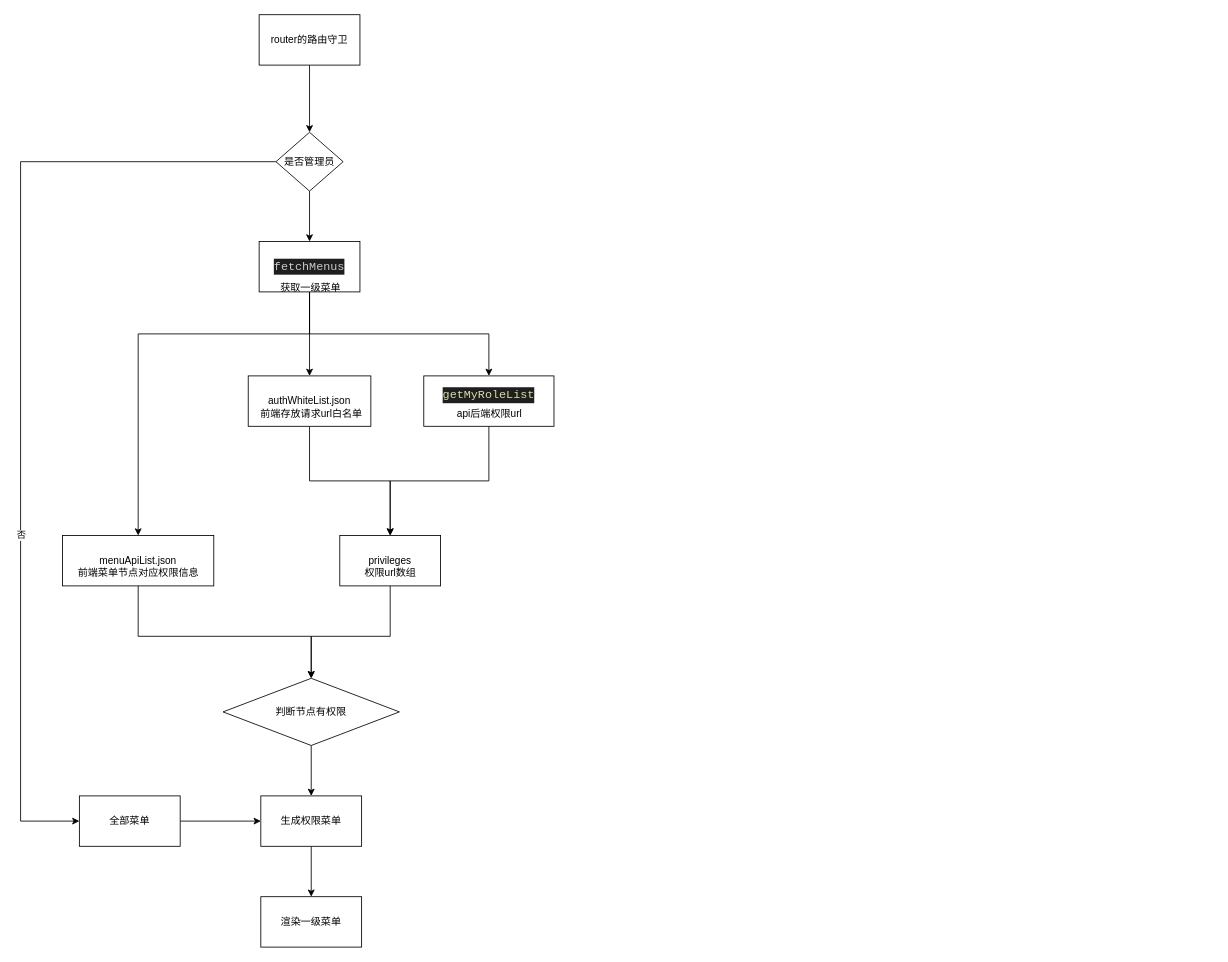
Above: Untitled Diagram.drawio in 438115215/testgit2 (draw.io), before the change. Source tidied: cells renumbered, new cells numbered last; positions are measured from the earlier drawing's top-left corner, leaving out a move shared by most shapes. Both pictures are drawn from the tidied source at 84%, with x=0, y=0 at pixel (20, 14).
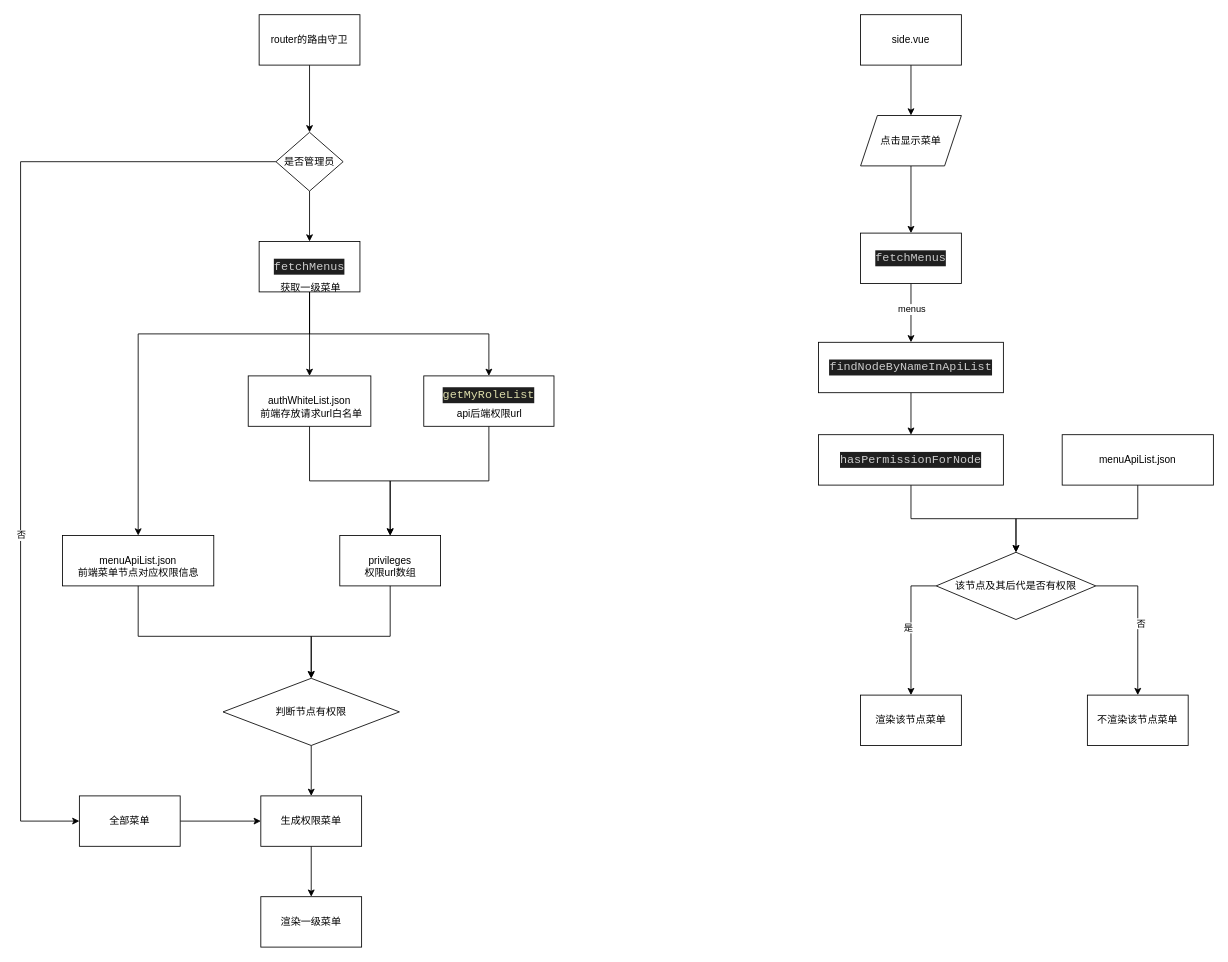
Above is the later version.

Commit message:
子节点菜单

Change to the diagram source:
```diff
@@
+    <mxCell id="32" style="edgeStyle=orthogonalEdgeStyle;rounded=0;jettySize=auto;html=1;" parent="1" edge="1" source="33" target="38">
+      <mxGeometry relative="1" as="geometry" />
+    </mxCell>
+    <mxCell id="33" value="side.vue" style="whiteSpace=wrap;html=1;" parent="1" vertex="1">
+      <mxGeometry x="1000" width="120" height="60" as="geometry" />
+    </mxCell>
+    <mxCell id="34" value="渲染该节点菜单" style="whiteSpace=wrap;html=1;" parent="1" vertex="1">
+      <mxGeometry x="1000" y="810" width="120" height="60" as="geometry" />
+    </mxCell>
+    <mxCell id="35" style="edgeStyle=orthogonalEdgeStyle;rounded=0;jettySize=auto;html=1;" parent="1" edge="1" source="36" target="50">
+      <mxGeometry relative="1" as="geometry" />
+    </mxCell>
+    <mxCell id="36" value="&lt;div style=&quot;color: rgb(204, 204, 204); background-color: rgb(31, 31, 31); font-family: Consolas, &amp;quot;Courier New&amp;quot;, monospace; font-size: 14px; line-height: 19px;&quot;&gt;findNodeByNameInApiList&lt;/div&gt;" style="whiteSpace=wrap;html=1;" parent="1" vertex="1">
+      <mxGeometry x="950" y="390" width="220" height="60" as="geometry" />
+    </mxCell>
+    <mxCell id="37" style="edgeStyle=orthogonalEdgeStyle;rounded=0;jettySize=auto;html=1;" parent="1" edge="1" source="38" target="41">
+      <mxGeometry relative="1" as="geometry" />
+    </mxCell>
+    <mxCell id="38" value="点击显示菜单" style="shape=parallelogram;perimeter=parallelogramPerimeter;whiteSpace=wrap;html=1;fixedSize=1;" parent="1" vertex="1">
+      <mxGeometry x="1000" y="120" width="120" height="60" as="geometry" />
+    </mxCell>
+    <mxCell id="39" style="edgeStyle=orthogonalEdgeStyle;rounded=0;jettySize=auto;html=1;" parent="1" edge="1" source="41" target="36">
+      <mxGeometry relative="1" as="geometry" />
+    </mxCell>
+    <mxCell id="40" value="menus" style="edgeLabel;html=1;align=center;verticalAlign=middle;" parent="39" vertex="1">
+      <mxGeometry x="-0.17" y="-3" relative="1" as="geometry">
+        <mxPoint x="3" y="1" as="offset" />
+      </mxGeometry>
+    </mxCell>
+    <mxCell id="41" value="&lt;div style=&quot;color: rgb(204, 204, 204); background-color: rgb(31, 31, 31); font-family: Consolas, &amp;quot;Courier New&amp;quot;, monospace; font-size: 14px; line-height: 19px;&quot;&gt;fetchMenus&lt;/div&gt;" style="whiteSpace=wrap;html=1;" parent="1" vertex="1">
+      <mxGeometry x="1000" y="260" width="120" height="60" as="geometry" />
+    </mxCell>
+    <mxCell id="42" style="edgeStyle=orthogonalEdgeStyle;rounded=0;jettySize=auto;html=1;" parent="1" edge="1" source="43" target="48">
+      <mxGeometry relative="1" as="geometry" />
+    </mxCell>
+    <mxCell id="43" value="menuApiList.json" style="rounded=0;whiteSpace=wrap;html=1;" parent="1" vertex="1">
+      <mxGeometry x="1240" y="500" width="180" height="60" as="geometry" />
+    </mxCell>
+    <mxCell id="44" style="edgeStyle=orthogonalEdgeStyle;rounded=0;jettySize=auto;html=1;exitX=0;exitY=0.5;exitDx=0;exitDy=0;" parent="1" edge="1" source="48" target="34">
+      <mxGeometry relative="1" as="geometry" />
+    </mxCell>
+    <mxCell id="45" value="是" style="edgeLabel;html=1;align=center;verticalAlign=middle;" parent="44" vertex="1">
+      <mxGeometry x="-0.01" y="-4" relative="1" as="geometry" />
+    </mxCell>
+    <mxCell id="46" style="edgeStyle=orthogonalEdgeStyle;rounded=0;jettySize=auto;html=1;exitX=1;exitY=0.5;exitDx=0;exitDy=0;" parent="1" edge="1" source="48" target="51">
+      <mxGeometry relative="1" as="geometry" />
+    </mxCell>
+    <mxCell id="47" value="否" style="edgeLabel;html=1;align=center;verticalAlign=middle;" parent="46" vertex="1">
+      <mxGeometry x="0.04" y="3" relative="1" as="geometry" />
+    </mxCell>
+    <mxCell id="48" value="该节点及其后代是否有权限" style="rhombus;whiteSpace=wrap;html=1;" parent="1" vertex="1">
+      <mxGeometry x="1090" y="640" width="190" height="80" as="geometry" />
+    </mxCell>
+    <mxCell id="49" style="edgeStyle=orthogonalEdgeStyle;rounded=0;jettySize=auto;html=1;" parent="1" edge="1" source="50" target="48">
+      <mxGeometry relative="1" as="geometry" />
+    </mxCell>
+    <mxCell id="50" value="&lt;div style=&quot;color: rgb(204, 204, 204); background-color: rgb(31, 31, 31); font-family: Consolas, &amp;quot;Courier New&amp;quot;, monospace; font-size: 14px; line-height: 19px;&quot;&gt;hasPermissionForNode&lt;/div&gt;" style="whiteSpace=wrap;html=1;" parent="1" vertex="1">
+      <mxGeometry x="950" y="500" width="220" height="60" as="geometry" />
+    </mxCell>
+    <mxCell id="51" value="不渲染该节点菜单" style="whiteSpace=wrap;html=1;" parent="1" vertex="1">
+      <mxGeometry x="1270" y="810" width="120" height="60" as="geometry" />
+    </mxCell>
```
